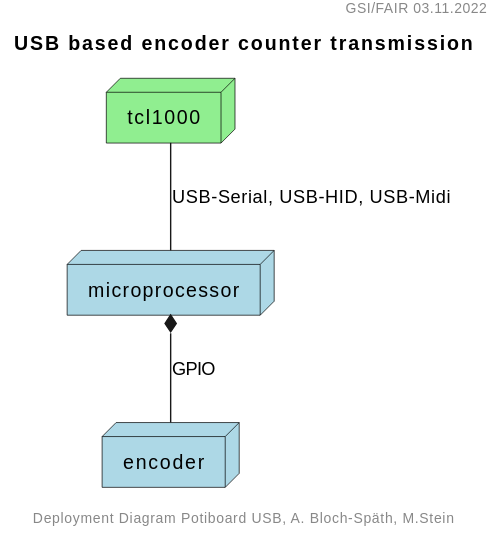
This is plantuml/komponenten-uml-03.svg from steinmartin/encoder-positions-docs, a PlantUML export, as it was before one commit.
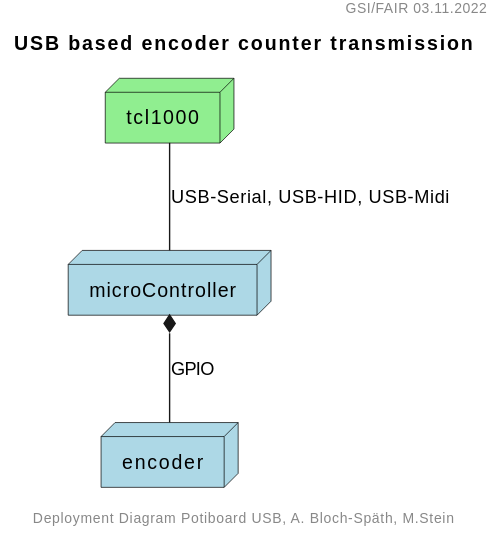
The same file after the commit.

Diff of the diagram source:
```diff
@@ -6,8 +6,8 @@
 
 
 node tcl1000 #lightgreen;line:black;text:black
-node microprocessor #lightblue;line:black;text:black
+node microController #lightblue;line:black;text:black
 node encoder #lightblue;line:black;text:black
-microprocessor *-- encoder : GPIO
-tcl1000 -- microprocessor : USB-Serial, USB-HID, USB-Midi
+microController *-- encoder : GPIO
+tcl1000 -- microController : USB-Serial, USB-HID, USB-Midi
 @enduml
```
